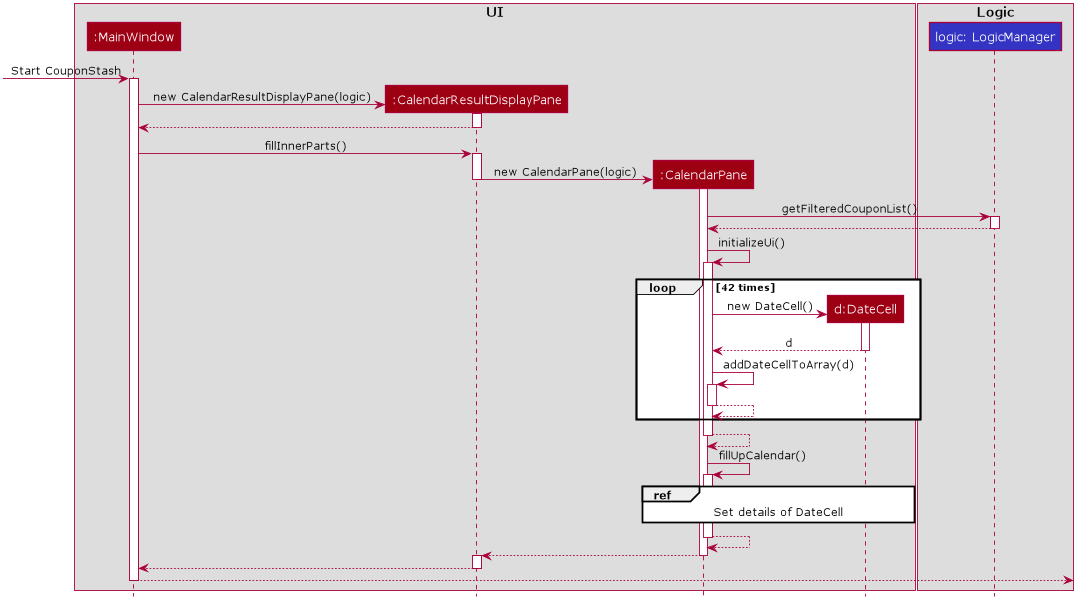
The PlantUML diagram docs/images/CalendarSequenceDiagram.png in nus-cs2103-AY1920S2/addressbook-level3, before a commit.
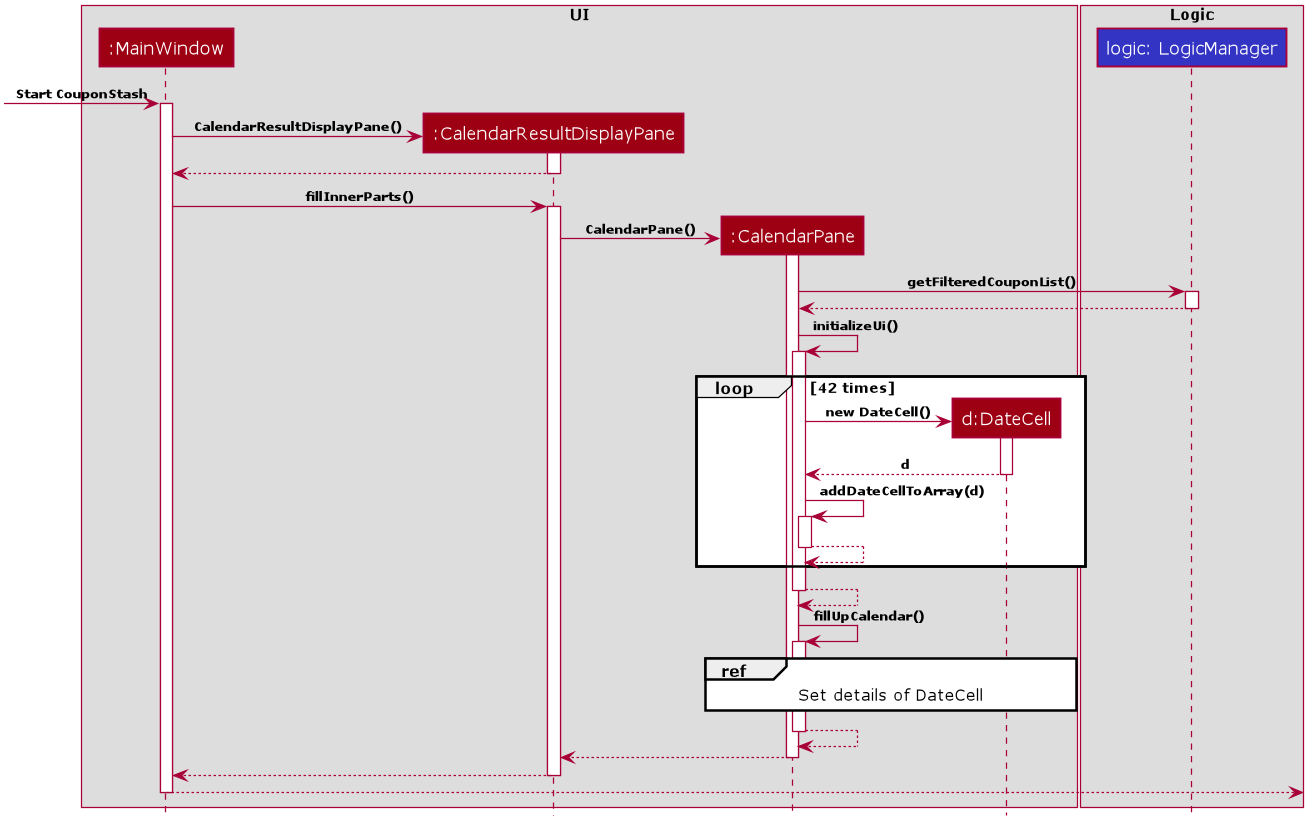
Above is the later version.

Change to the diagram source:
```diff
@@ -1,4 +1,6 @@
 @startuml
+
+
 
 
 
@@ -17,6 +19,7 @@
     BorderColor #FFFFFF
     StereotypeFontColor #FFFFFF
     FontName Verdana
+    AttributeFontColor #FFFFFF
 }
 
 skinparam Actor {
@@ -27,7 +30,7 @@
 
 skinparam Sequence {
     MessageAlign center
-    BoxFontSize 15
+    BoxFontSize 12
     BoxPadding 0
     BoxFontColor #FFFFFF
     FontName Verdana
@@ -38,16 +41,22 @@
     Padding 20
 }
 
+skinparam GenericDisplay zz
+
+skinparam ArrowFontSize 10
+skinparam ArrowFontStyle bold
+
 skinparam NoteBackgroundColor ghostwhite
 skinparam NoteBorderColor #3333C4
 skinparam DefaultFontName Verdana
-
 
 skinparam MinClassWidth 50
 skinparam ParticipantPadding 10
 skinparam Shadowing false
 skinparam DefaultTextAlignment center
 skinparam packageStyle Rectangle
+skinparam classAttributeIconSize 0
+skinparam genericDisplay old
 
 hide footbox
 hide members
@@ -69,7 +78,7 @@
 activate MainWindow
 
 create CalendarResultDisplayPane
-MainWindow -> CalendarResultDisplayPane: new CalendarResultDisplayPane(logic)
+MainWindow -> CalendarResultDisplayPane: CalendarResultDisplayPane()
 activate CalendarResultDisplayPane
 
 CalendarResultDisplayPane --> MainWindow
@@ -79,10 +88,9 @@
 activate CalendarResultDisplayPane
 
 create CalendarPane
-CalendarResultDisplayPane -> CalendarPane: new CalendarPane(logic)
+CalendarResultDisplayPane -> CalendarPane: CalendarPane()
 activate CalendarPane
 
-deactivate CalendarResultDisplayPane
 
 CalendarPane -> Logic: getFilteredCouponList()
 activate Logic
@@ -125,7 +133,6 @@
 CalendarPane --> CalendarResultDisplayPane:
 deactivate CalendarPane
 
-activate CalendarResultDisplayPane
 CalendarResultDisplayPane --> MainWindow
 deactivate CalendarResultDisplayPane
 
```
